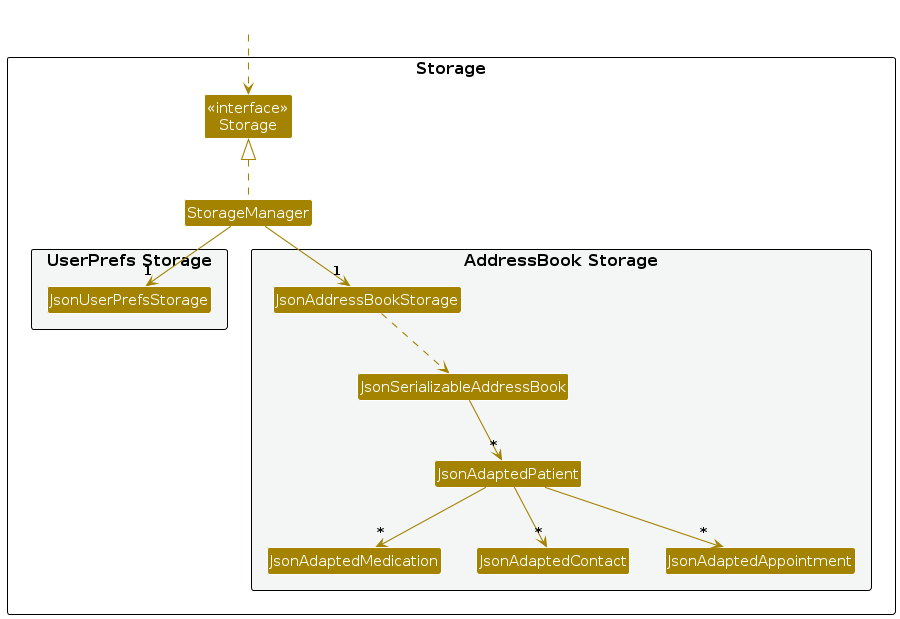
This is diagrams/StorageClassDiagram.png from AY2627S1-CS2103T-W08-1/tp, a PlantUML export, as it was before one commit. Its source is kept beside it as diagrams/StorageClassDiagram.puml.
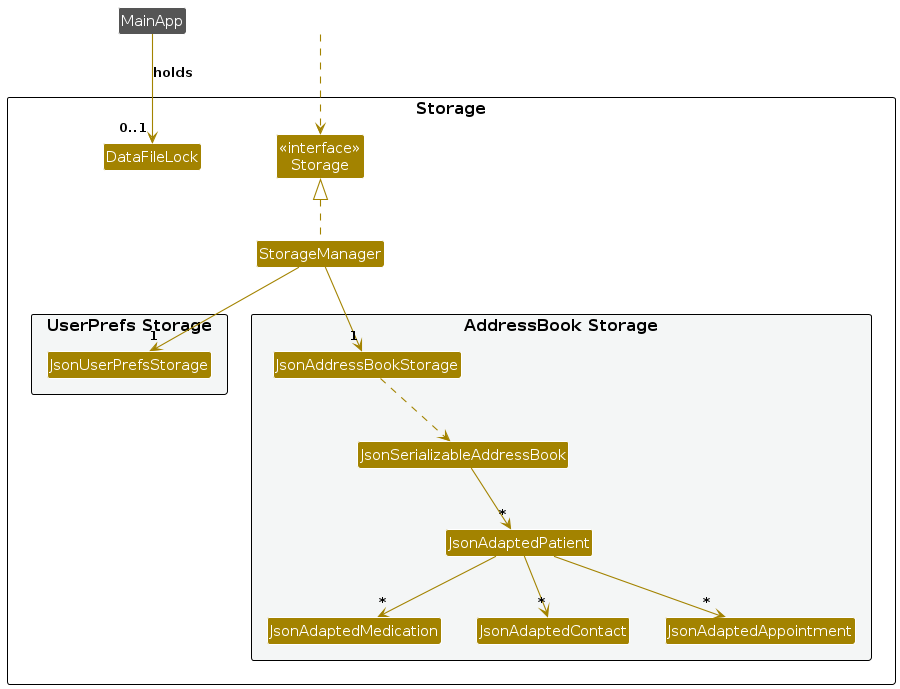
After the commit.

The edit, as a diff of the source:
```diff
@@ -8,6 +8,7 @@
 
 Class "<<interface>>\nStorage" as Storage
 Class StorageManager
+Class DataFileLock
 
 package "UserPrefs Storage" #F4F6F6{
 Class JsonUserPrefsStorage
@@ -24,6 +25,9 @@
 
 }
 
+Class MainApp #555555
+MainApp -down-> "0..1" DataFileLock : holds
+
 Class HiddenOutside #FFFFFF
 HiddenOutside ..> Storage
 
```
